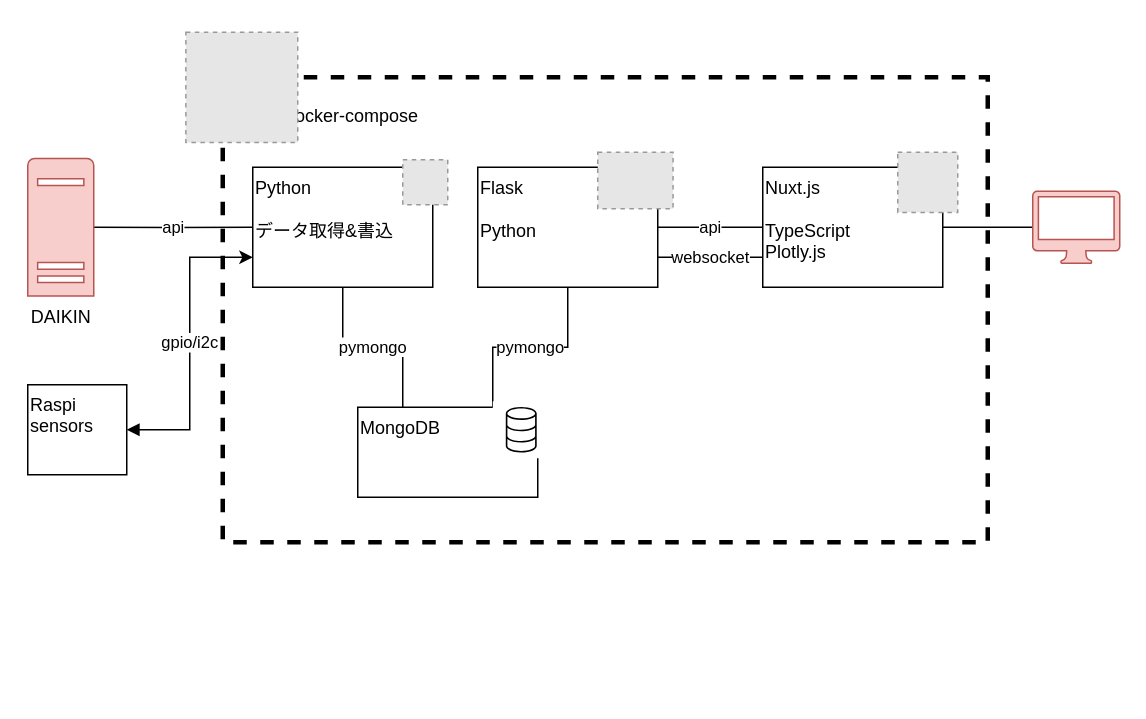
The draw.io diagram page "system" (1 of 2) of doc/airwatch-system-overview.drawio in akiraseto/airwatch, before the edit. Source tidied: cells renumbered, new cells numbered last; positions are measured from the earlier drawing's top-left corner, leaving out a move shared by most shapes. Both pictures are drawn from the tidied source at 150%, with x=0, y=0 at pixel (27, 32). Pictures stored in the file or linked from it are replaced by grey dashed boxes.
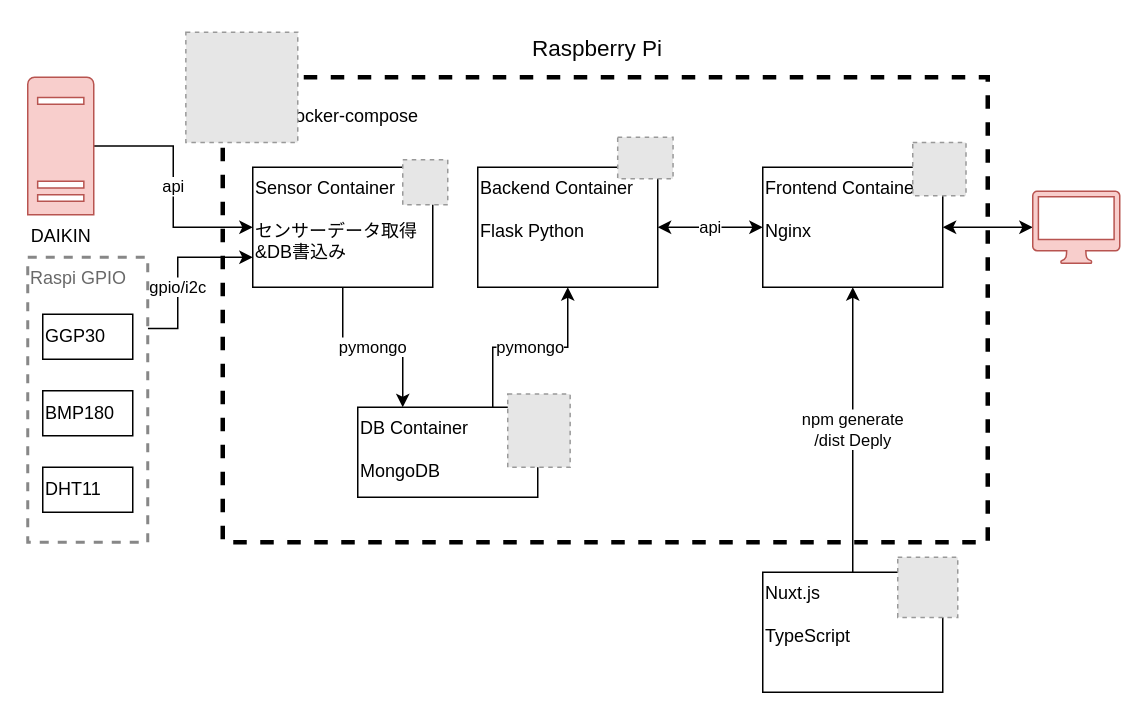
The same diagram, later.

Unchanged cells that the change refers to:
```xml
<mxCell id="11" style="shadow=0;dashed=0;html=1;strokeColor=#b85450;labelPosition=center;verticalLabelPosition=bottom;verticalAlign=top;outlineConnect=0;align=center;shape=mxgraph.office.devices.mac_client;fillColor=#f8cecc;" parent="1" vertex="1">
  <mxGeometry x="670" y="106" width="58" height="48" as="geometry" />
</mxCell>
<mxCell id="13" style="group;" parent="1" vertex="1">
  <mxGeometry x="300" y="80" width="130.2" height="90" as="geometry" />
</mxCell>
<mxCell id="19" style="group;" parent="1" vertex="1">
  <mxGeometry x="150" y="85" width="130" height="85" as="geometry" />
</mxCell>
```

Change to the diagram source:
```diff
@@
-    <mxCell id="3" value="api" style="edgeStyle=orthogonalEdgeStyle;jettySize=auto;html=1;exitX=1;exitY=0.5;exitDx=0;exitDy=0;endArrow=none;endFill=0;rounded=0;" parent="1" edge="1" source="14" target="7">
+    <mxCell id="3" value="api" style="edgeStyle=orthogonalEdgeStyle;jettySize=auto;html=1;exitX=1;exitY=0.5;exitDx=0;exitDy=0;endArrow=classic;endFill=1;rounded=0;startArrow=classic;startFill=1;" parent="1" edge="1" source="14" target="7">
       <mxGeometry relative="1" as="geometry" />
     </mxCell>
-    <mxCell id="4" value="websocket" style="edgeStyle=orthogonalEdgeStyle;jettySize=auto;html=1;exitX=1;exitY=0.75;exitDx=0;exitDy=0;entryX=0;entryY=0.75;entryDx=0;entryDy=0;endArrow=none;endFill=0;rounded=0;" parent="1" edge="1" source="14" target="7">
-      <mxGeometry relative="1" as="geometry" />
-    </mxCell>
@@
-    <mxCell id="6" style="edgeStyle=orthogonalEdgeStyle;jettySize=auto;html=1;endArrow=none;endFill=0;rounded=0;" parent="1" edge="1" source="7" target="11">
+    <mxCell id="6" style="edgeStyle=orthogonalEdgeStyle;jettySize=auto;html=1;endArrow=classic;endFill=1;rounded=0;startArrow=classic;startFill=1;" parent="1" edge="1" source="7" target="11">
       <mxGeometry relative="1" as="geometry" />
     </mxCell>
-    <mxCell id="7" value="Nuxt.js&lt;br&gt;&lt;br&gt;&lt;blockquote style=&quot;margin: 0 0 0 40px ; border: none ; padding: 0px&quot;&gt;&lt;/blockquote&gt;&lt;span&gt;TypeScript&lt;/span&gt;&lt;br&gt;&lt;span&gt;Plotly.js&lt;/span&gt;" style="whiteSpace=wrap;html=1;verticalAlign=top;align=left;" parent="1" vertex="1">
+    <mxCell id="7" value="Frontend Container&lt;br&gt;&lt;br&gt;&lt;blockquote style=&quot;margin: 0 0 0 40px ; border: none ; padding: 0px&quot;&gt;&lt;/blockquote&gt;Nginx" style="whiteSpace=wrap;html=1;verticalAlign=top;align=left;" parent="1" vertex="1">
       <mxGeometry x="490" y="90" width="120" height="80" as="geometry" />
     </mxCell>
-    <mxCell id="8" value="pymongo" style="edgeStyle=orthogonalEdgeStyle;jettySize=auto;html=1;endArrow=none;endFill=0;rounded=0;exitX=0.75;exitY=0;exitDx=0;exitDy=0;" parent="1" edge="1" source="17" target="14">
+    <mxCell id="8" value="pymongo" style="edgeStyle=orthogonalEdgeStyle;jettySize=auto;html=1;endArrow=classic;endFill=1;rounded=0;exitX=0.75;exitY=0;exitDx=0;exitDy=0;startArrow=none;startFill=0;" parent="1" edge="1" source="17" target="14">
       <mxGeometry relative="1" as="geometry" />
     </mxCell>
-    <mxCell id="9" value="api" style="edgeStyle=orthogonalEdgeStyle;jettySize=auto;html=1;exitX=1;exitY=0.5;exitDx=0;exitDy=0;exitPerimeter=0;endArrow=none;endFill=0;rounded=0;entryX=0;entryY=0.5;entryDx=0;entryDy=0;" parent="1" edge="1" source="10" target="20">
+    <mxCell id="9" value="api" style="edgeStyle=orthogonalEdgeStyle;jettySize=auto;html=1;exitX=1;exitY=0.5;exitDx=0;exitDy=0;exitPerimeter=0;endArrow=classic;endFill=1;rounded=0;entryX=0;entryY=0.5;entryDx=0;entryDy=0;" parent="1" edge="1" source="10" target="20">
       <mxGeometry relative="1" as="geometry" />
     </mxCell>
     <mxCell id="10" value="DAIKIN" style="shadow=0;dashed=0;html=1;strokeColor=#b85450;labelPosition=center;verticalLabelPosition=bottom;verticalAlign=top;align=center;shape=mxgraph.mscae.enterprise.server_generic;fillColor=#f8cecc;" parent="1" vertex="1">
-      <mxGeometry y="84.2" width="44" height="91.7" as="geometry" />
+      <mxGeometry y="30" width="44" height="91.7" as="geometry" />
     </mxCell>
@@
-    <mxCell id="12" style="fillColor=#E6E6E6;strokeColor=#999999;dashed=1;verticalLabelPosition=bottom;verticalAlign=top;" parent="1" vertex="1">
-      <mxGeometry x="580" y="80" width="40" height="40.1" as="geometry" />
-    </mxCell>
@@
-    <mxCell id="14" value="Flask&lt;br&gt;&lt;br&gt;&lt;div style=&quot;&quot;&gt;Python&lt;/div&gt;" style="whiteSpace=wrap;html=1;verticalAlign=top;align=left;" parent="13" vertex="1">
+    <mxCell id="14" value="Backend Container&lt;br&gt;&lt;br&gt;Flask&amp;nbsp;&lt;span&gt;Python&lt;/span&gt;" style="whiteSpace=wrap;html=1;verticalAlign=top;align=left;" parent="13" vertex="1">
       <mxGeometry y="10" width="120" height="80" as="geometry" />
     </mxCell>
     <mxCell id="15" style="fillColor=#E6E6E6;strokeColor=#999999;dashed=1;verticalLabelPosition=bottom;verticalAlign=top;" parent="13" vertex="1">
-      <mxGeometry x="80" width="50.2" height="37.7" as="geometry" />
+      <mxGeometry x="93.3" y="-10" width="36.9" height="27.7" as="geometry" />
     </mxCell>
-    <mxCell id="16" style="group;" parent="1" vertex="1">
-      <mxGeometry x="220" y="246" width="128" height="64" as="geometry" />
-    </mxCell>
-    <mxCell id="17" value="MongoDB" style="whiteSpace=wrap;html=1;verticalAlign=top;align=left;" parent="16" vertex="1">
-      <mxGeometry y="4" width="120" height="60" as="geometry" />
-    </mxCell>
-    <mxCell id="18" style="gradientDirection=north;dashed=0;verticalLabelPosition=bottom;verticalAlign=top;align=center;html=1;fontSize=12;fontStyle=0;shape=mxgraph.aws4.resourceIcon;resIcon=mxgraph.aws4.database;" parent="16" vertex="1">
-      <mxGeometry x="90" width="38" height="38" as="geometry" />
-    </mxCell>
@@
-    <mxCell id="20" value="&lt;span&gt;Python&lt;br&gt;&lt;/span&gt;&lt;br&gt;データ取得&amp;amp;書込" style="whiteSpace=wrap;html=1;verticalAlign=top;align=left;" parent="19" vertex="1">
+    <mxCell id="20" value="&lt;span&gt;Sensor Container&lt;br&gt;&lt;/span&gt;&lt;br&gt;センサーデータ取得&amp;amp;DB書込み" style="whiteSpace=wrap;html=1;verticalAlign=top;align=left;" parent="19" vertex="1">
       <mxGeometry y="5" width="120" height="80" as="geometry" />
     </mxCell>
@@
-    <mxCell id="22" value="pymongo" style="edgeStyle=orthogonalEdgeStyle;rounded=0;jettySize=auto;html=1;exitX=0.5;exitY=1;exitDx=0;exitDy=0;entryX=0.25;entryY=0;entryDx=0;entryDy=0;endArrow=none;endFill=0;" parent="1" edge="1" source="20" target="17">
+    <mxCell id="22" value="pymongo" style="edgeStyle=orthogonalEdgeStyle;rounded=0;jettySize=auto;html=1;exitX=0.5;exitY=1;exitDx=0;exitDy=0;entryX=0.25;entryY=0;entryDx=0;entryDy=0;endArrow=classic;endFill=1;startArrow=none;startFill=0;" parent="1" edge="1" source="20" target="17">
       <mxGeometry relative="1" as="geometry" />
     </mxCell>
-    <mxCell id="23" value="gpio/i2c" style="edgeStyle=orthogonalEdgeStyle;rounded=0;jettySize=auto;html=1;exitX=1;exitY=0.5;exitDx=0;exitDy=0;entryX=0;entryY=0.75;entryDx=0;entryDy=0;startArrow=block;startFill=1;" parent="1" edge="1" source="24" target="20">
-      <mxGeometry relative="1" as="geometry" />
+    <mxCell id="23" value="gpio/i2c" style="edgeStyle=orthogonalEdgeStyle;rounded=0;jettySize=auto;html=1;exitX=1;exitY=0.25;exitDx=0;exitDy=0;entryX=0;entryY=0.75;entryDx=0;entryDy=0;startArrow=none;startFill=0;endArrow=classic;endFill=1;" parent="1" edge="1" source="24" target="20">
+      <mxGeometry x="-0.19" relative="1" as="geometry">
+        <Array as="points">
+          <mxPoint x="100" y="197" />
+          <mxPoint x="100" y="150" />
+        </Array>
+      </mxGeometry>
     </mxCell>
-    <mxCell id="24" value="Raspi sensors" style="whiteSpace=wrap;html=1;verticalAlign=top;align=left;" parent="1" vertex="1">
-      <mxGeometry y="235" width="66" height="60" as="geometry" />
+    <mxCell id="24" value="Raspi GPIO&amp;nbsp;" style="whiteSpace=wrap;html=1;verticalAlign=top;align=left;dashed=1;strokeColor=#878787;fontColor=#696969;strokeWidth=2;" parent="1" vertex="1">
+      <mxGeometry y="150" width="80" height="190" as="geometry" />
     </mxCell>
+    <mxCell id="25" value="GGP30" style="whiteSpace=wrap;html=1;verticalAlign=middle;align=left;shadow=0;" parent="1" vertex="1">
+      <mxGeometry x="10" y="188" width="60" height="30" as="geometry" />
+    </mxCell>
+    <mxCell id="26" value="BMP180&lt;br&gt;" style="whiteSpace=wrap;html=1;verticalAlign=middle;align=left;shadow=0;" parent="1" vertex="1">
+      <mxGeometry x="10" y="239" width="60" height="30" as="geometry" />
+    </mxCell>
+    <mxCell id="27" value="DHT11" style="whiteSpace=wrap;html=1;verticalAlign=middle;align=left;shadow=0;" parent="1" vertex="1">
+      <mxGeometry x="10" y="290" width="60" height="30" as="geometry" />
+    </mxCell>
+    <mxCell id="28" value="npm generate&lt;br&gt;/dist Deply" style="edgeStyle=orthogonalEdgeStyle;rounded=0;jettySize=auto;html=1;exitX=0.5;exitY=0;exitDx=0;exitDy=0;entryX=0.5;entryY=1;entryDx=0;entryDy=0;startArrow=none;startFill=0;endArrow=classic;endFill=1;fontColor=#030303;" parent="1" edge="1" source="29" target="7">
+      <mxGeometry relative="1" as="geometry" />
+    </mxCell>
+    <mxCell id="29" value="Nuxt.js&lt;br&gt;&lt;br&gt;&lt;blockquote style=&quot;margin: 0 0 0 40px ; border: none ; padding: 0px&quot;&gt;&lt;/blockquote&gt;&lt;span&gt;TypeScript&lt;/span&gt;" style="whiteSpace=wrap;html=1;verticalAlign=top;align=left;" parent="1" vertex="1">
+      <mxGeometry x="490" y="360" width="120" height="80" as="geometry" />
+    </mxCell>
+    <mxCell id="30" style="fillColor=#E6E6E6;strokeColor=#999999;dashed=1;verticalLabelPosition=bottom;verticalAlign=top;" parent="1" vertex="1">
+      <mxGeometry x="580" y="350" width="40" height="40.1" as="geometry" />
+    </mxCell>
+    <mxCell id="31" value="Raspberry Pi" style="text;html=1;strokeColor=none;fillColor=none;align=center;verticalAlign=middle;whiteSpace=wrap;rounded=0;shadow=1;dashed=1;fontSize=15;fontColor=#050505;" parent="1" vertex="1">
+      <mxGeometry x="330.2" width="100" height="20" as="geometry" />
+    </mxCell>
+    <mxCell id="32" style="fillColor=#E6E6E6;strokeColor=#999999;dashed=1;verticalLabelPosition=bottom;labelBackgroundColor=#ffffff;verticalAlign=top;" parent="1" vertex="1">
+      <mxGeometry x="590" y="73.5" width="35.5" height="35.5" as="geometry" />
+    </mxCell>
+    <mxCell id="17" value="DB Container&lt;br&gt;&lt;br&gt;MongoDB" style="whiteSpace=wrap;html=1;verticalAlign=top;align=left;" parent="1" vertex="1">
+      <mxGeometry x="220" y="250" width="120" height="60" as="geometry" />
+    </mxCell>
+    <mxCell id="33" style="fillColor=#E6E6E6;strokeColor=#999999;dashed=1;verticalLabelPosition=bottom;labelBackgroundColor=#ffffff;verticalAlign=top;" parent="1" vertex="1">
+      <mxGeometry x="320" y="241.2" width="41.6" height="48.8" as="geometry" />
+    </mxCell>
```
